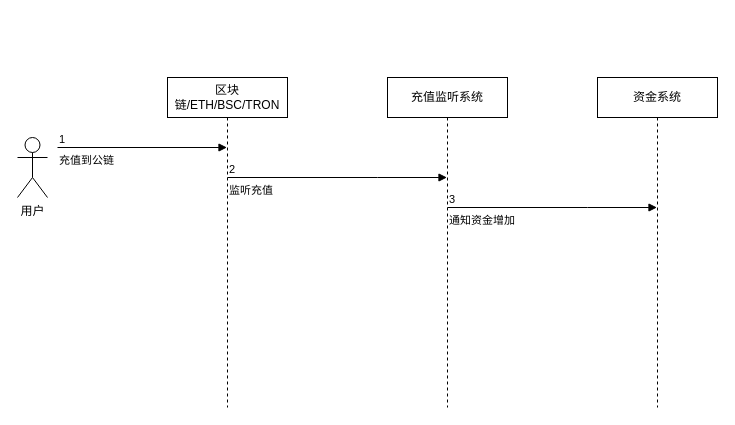
ForLina/sxc_contract keeps this draw.io diagram as page "充值流程" (1 of 2) of nft.drawio. Above is the earlier version. Source tidied: cells renumbered, new cells numbered last; positions are measured from the earlier drawing's top-left corner, leaving out a move shared by most shapes. Both pictures are drawn from the tidied source at 100%, with x=0, y=0 at pixel (17, 77).
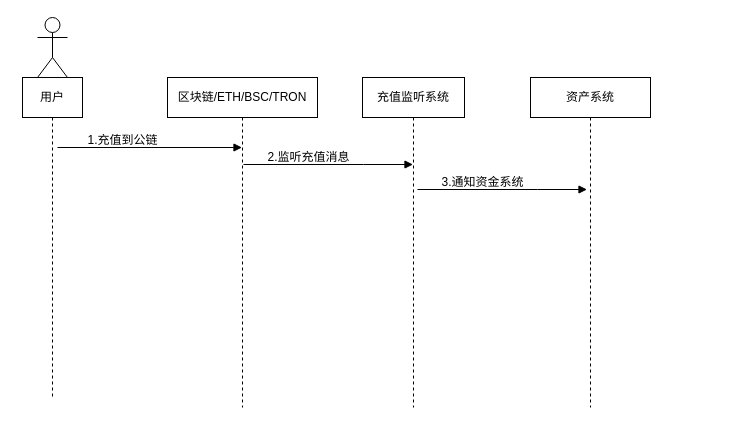
After the change.

What changed in the source:
```diff
@@
 <mxGraphModel>
   <root>
     <mxCell id="0" />
     <mxCell id="1" parent="0" />
     <mxCell id="2" value="区块链/ETH/BSC/TRON" style="shape=umlLifeline;perimeter=lifelinePerimeter;whiteSpace=wrap;html=1;outlineConnect=0;" parent="1" vertex="1">
-      <mxGeometry x="150" width="120" height="330" as="geometry" />
+      <mxGeometry x="150" width="150" height="330" as="geometry" />
     </mxCell>
-    <mxCell id="3" value="监听充值" style="endArrow=block;endFill=1;html=1;edgeStyle=orthogonalEdgeStyle;align=left;verticalAlign=top;rounded=0;" parent="2" edge="1" target="8">
-      <mxGeometry x="-1" relative="1" as="geometry">
-        <mxPoint x="60" y="100" as="sourcePoint" />
-        <Array as="points">
-          <mxPoint x="210" y="100" />
-          <mxPoint x="210" y="100" />
-        </Array>
-      </mxGeometry>
-    </mxCell>
-    <mxCell id="4" value="2" style="edgeLabel;html=1;align=left;verticalAlign=bottom;" parent="3" vertex="1">
-      <mxGeometry x="-1" relative="1" as="geometry" />
-    </mxCell>
-    <mxCell id="5" value="用户" style="shape=umlActor;verticalLabelPosition=bottom;verticalAlign=top;html=1;" parent="1" vertex="1">
-      <mxGeometry y="60" width="30" height="60" as="geometry" />
+    <mxCell id="5" style="shape=umlActor;verticalLabelPosition=bottom;verticalAlign=top;html=1;" parent="1" vertex="1">
+      <mxGeometry x="20" y="-60" width="30" height="60" as="geometry" />
     </mxCell>
-    <mxCell id="6" value="充值到公链" style="endArrow=block;endFill=1;html=1;edgeStyle=orthogonalEdgeStyle;align=left;verticalAlign=top;rounded=0;" parent="1" edge="1" target="2">
-      <mxGeometry x="-1" relative="1" as="geometry">
+    <mxCell id="6" style="endArrow=block;endFill=1;html=1;edgeStyle=orthogonalEdgeStyle;align=left;verticalAlign=top;rounded=0;" parent="1" edge="1" target="2">
+      <mxGeometry x="-0.65" y="10" relative="1" as="geometry">
         <mxPoint x="40" y="70" as="sourcePoint" />
         <Array as="points">
           <mxPoint x="160" y="70" />
           <mxPoint x="160" y="70" />
         </Array>
       </mxGeometry>
     </mxCell>
-    <mxCell id="7" value="1" style="edgeLabel;html=1;align=left;verticalAlign=bottom;" parent="6" vertex="1">
-      <mxGeometry x="-1" relative="1" as="geometry" />
-    </mxCell>
     <mxCell id="8" value="充值监听系统" style="shape=umlLifeline;perimeter=lifelinePerimeter;whiteSpace=wrap;html=1;outlineConnect=0;" parent="1" vertex="1">
-      <mxGeometry x="370" width="120" height="330" as="geometry" />
+      <mxGeometry x="345" width="102" height="330" as="geometry" />
     </mxCell>
-    <mxCell id="9" value="通知资金增加" style="endArrow=block;endFill=1;html=1;edgeStyle=orthogonalEdgeStyle;align=left;verticalAlign=top;rounded=0;" parent="8" edge="1" target="11">
-      <mxGeometry x="-1" relative="1" as="geometry">
-        <mxPoint x="60" y="130" as="sourcePoint" />
-        <Array as="points">
-          <mxPoint x="200" y="130" />
-          <mxPoint x="200" y="130" />
-        </Array>
-      </mxGeometry>
-    </mxCell>
-    <mxCell id="10" value="3" style="edgeLabel;html=1;align=left;verticalAlign=bottom;" parent="9" vertex="1">
-      <mxGeometry x="-1" relative="1" as="geometry" />
-    </mxCell>
-    <mxCell id="11" value="资金系统" style="shape=umlLifeline;perimeter=lifelinePerimeter;whiteSpace=wrap;html=1;outlineConnect=0;" parent="1" vertex="1">
-      <mxGeometry x="580" width="120" height="330" as="geometry" />
+    <mxCell id="11" value="资产系统" style="shape=umlLifeline;perimeter=lifelinePerimeter;whiteSpace=wrap;html=1;outlineConnect=0;" parent="1" vertex="1">
+      <mxGeometry x="513" width="120" height="330" as="geometry" />
     </mxCell>
+    <mxCell id="12" value="用户" style="shape=umlLifeline;perimeter=lifelinePerimeter;whiteSpace=wrap;html=1;" parent="1" vertex="1">
+      <mxGeometry x="5" width="60" height="320" as="geometry" />
+    </mxCell>
+    <mxCell id="13" value="1.充值到公链" style="text;html=1;align=center;verticalAlign=middle;strokeColor=none;fillColor=none;" parent="1" vertex="1">
+      <mxGeometry x="60" y="48" width="90" height="30" as="geometry" />
+    </mxCell>
+    <mxCell id="14" style="endArrow=block;endFill=1;html=1;edgeStyle=orthogonalEdgeStyle;align=left;verticalAlign=top;rounded=0;" parent="1" edge="1">
+      <mxGeometry x="-0.65" y="10" relative="1" as="geometry">
+        <mxPoint x="226" y="87" as="sourcePoint" />
+        <mxPoint x="395.5" y="87" as="targetPoint" />
+        <Array as="points">
+          <mxPoint x="346" y="87" />
+          <mxPoint x="346" y="87" />
+        </Array>
+      </mxGeometry>
+    </mxCell>
+    <mxCell id="15" value="2.监听充值消息" style="text;html=1;align=center;verticalAlign=middle;strokeColor=none;fillColor=none;" parent="1" vertex="1">
+      <mxGeometry x="236" y="65" width="110" height="30" as="geometry" />
+    </mxCell>
+    <mxCell id="16" style="endArrow=block;endFill=1;html=1;edgeStyle=orthogonalEdgeStyle;align=left;verticalAlign=top;rounded=0;" parent="1" edge="1">
+      <mxGeometry x="-0.65" y="10" relative="1" as="geometry">
+        <mxPoint x="400" y="112" as="sourcePoint" />
+        <mxPoint x="569.5" y="112" as="targetPoint" />
+        <Array as="points">
+          <mxPoint x="520" y="112" />
+          <mxPoint x="520" y="112" />
+        </Array>
+      </mxGeometry>
+    </mxCell>
+    <mxCell id="17" value="3.通知资金系统" style="text;html=1;align=center;verticalAlign=middle;strokeColor=none;fillColor=none;" parent="1" vertex="1">
+      <mxGeometry x="410" y="90" width="110" height="30" as="geometry" />
+    </mxCell>
   </root>
 </mxGraphModel>
```
